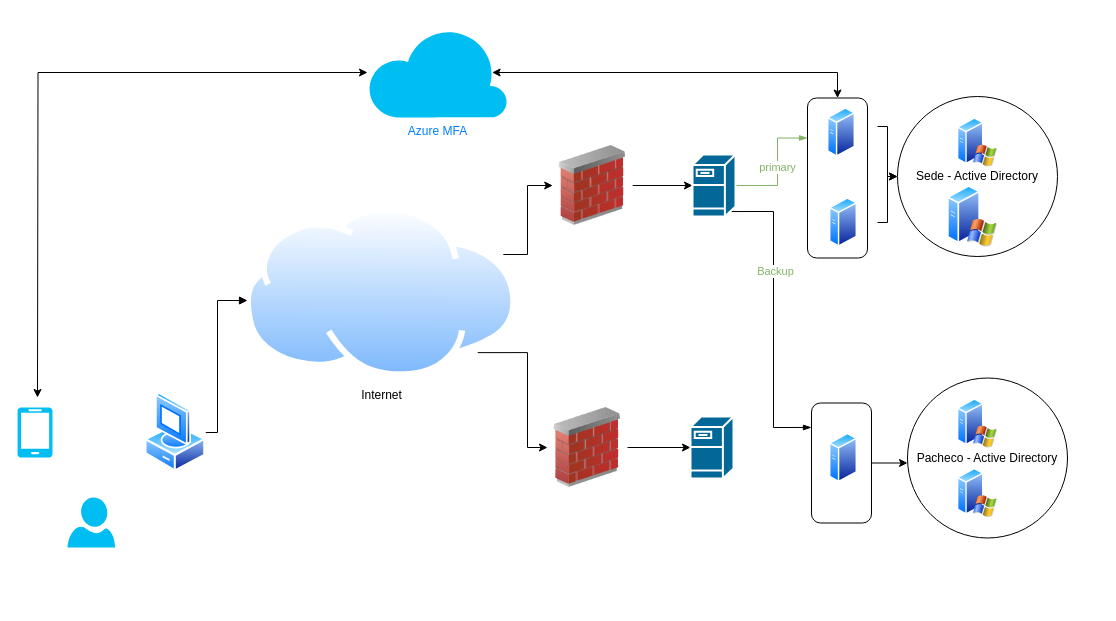
Gagomez85/AppDeNotas keeps this draw.io diagram as TGN-MFA.drawio. Above is the earlier version. Source tidied: cells renumbered, new cells numbered last; positions are measured from the earlier drawing's top-left corner, leaving out a move shared by most shapes. Both pictures are drawn from the tidied source at 100%, with x=0, y=0 at pixel (17, 27).
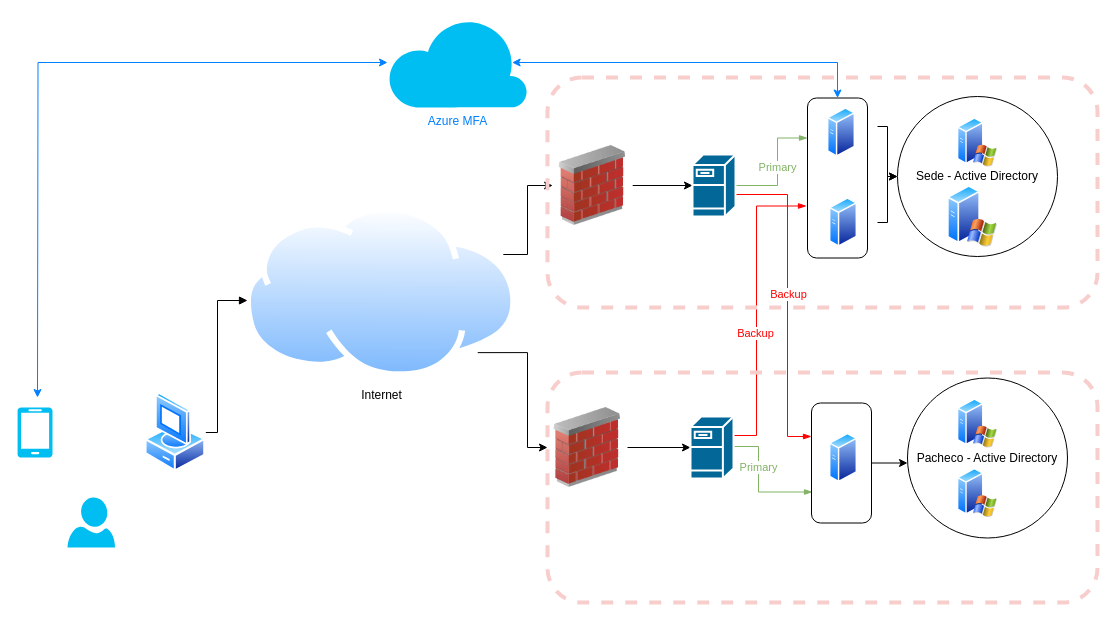
The same diagram, later.

Unchanged cells that the change refers to:
```xml
<mxCell id="29" style="shape=mxgraph.cisco.servers.fileserver;html=1;dashed=0;fillColor=#036897;strokeColor=#ffffff;strokeWidth=2;verticalLabelPosition=bottom;verticalAlign=top;align=center;outlineConnect=0;" parent="1" vertex="1">
  <mxGeometry x="675" y="127" width="43" height="62" as="geometry" />
</mxCell>
<mxCell id="31" style="rounded=1;whiteSpace=wrap;html=1;fillColor=none;rotation=90;" parent="1" vertex="1">
  <mxGeometry x="764" y="405.5" width="120" height="60" as="geometry" />
</mxCell>
<mxCell id="33" style="rounded=1;whiteSpace=wrap;html=1;fillColor=none;rotation=90;fontColor=#007FFF;" parent="1" vertex="1">
  <mxGeometry x="740" y="120.5" width="160" height="60" as="geometry" />
</mxCell>
```

What changed in the source:
```diff
@@
-    <mxCell id="26" value="primary" style="edgeStyle=orthogonalEdgeStyle;rounded=0;jettySize=auto;html=1;entryX=0.25;entryY=1;entryDx=0;entryDy=0;startArrow=none;startFill=0;endArrow=blockThin;endFill=1;fillColor=#d5e8d4;strokeColor=#82b366;fontColor=#82B366;" parent="1" edge="1" source="29" target="33">
+    <mxCell id="26" value="Primary" style="edgeStyle=orthogonalEdgeStyle;rounded=0;jettySize=auto;html=1;entryX=0.25;entryY=1;entryDx=0;entryDy=0;startArrow=none;startFill=0;endArrow=blockThin;endFill=1;fillColor=#d5e8d4;strokeColor=#82b366;fontColor=#82B366;" parent="1" edge="1" source="29" target="33">
       <mxGeometry relative="1" as="geometry">
         <Array as="points">
           <mxPoint x="760" y="158" />
           <mxPoint x="760" y="111" />
         </Array>
       </mxGeometry>
     </mxCell>
-    <mxCell id="27" style="edgeStyle=orthogonalEdgeStyle;rounded=0;jettySize=auto;html=1;exitX=0.88;exitY=0.92;exitDx=0;exitDy=0;exitPerimeter=0;fontColor=#82B366;startArrow=none;startFill=0;endArrow=blockThin;endFill=1;entryX=0.204;entryY=1;entryDx=0;entryDy=0;entryPerimeter=0;" parent="1" edge="1" source="29" target="31">
-      <mxGeometry relative="1" as="geometry" />
+    <mxCell id="27" style="edgeStyle=orthogonalEdgeStyle;rounded=0;orthogonalLoop=1;jettySize=auto;html=1;fontColor=#82B366;startArrow=none;startFill=0;endArrow=blockThin;endFill=1;entryX=0.204;entryY=1;entryDx=0;entryDy=0;entryPerimeter=0;strokeColor=#FF0000;" parent="1" edge="1">
+      <mxGeometry relative="1" as="geometry">
+        <mxPoint x="718" y="167" as="sourcePoint" />
+        <mxPoint x="794" y="409" as="targetPoint" />
+        <Array as="points">
+          <mxPoint x="770" y="167" />
+          <mxPoint x="770" y="409" />
+        </Array>
+      </mxGeometry>
     </mxCell>
-    <mxCell id="28" value="Backup" style="edgeLabel;html=1;align=center;verticalAlign=middle;fontColor=#82B366;" parent="27" vertex="1">
-      <mxGeometry x="-0.31" y="1" relative="1" as="geometry" />
+    <mxCell id="28" value="Backup" style="edgeLabel;html=1;align=center;verticalAlign=middle;fontColor=#FF0000;" parent="27" vertex="1">
+      <mxGeometry x="-0.31" y="1" relative="1" as="geometry">
+        <mxPoint x="-1" y="41" as="offset" />
+      </mxGeometry>
     </mxCell>
@@
+    <mxCell id="36" style="edgeStyle=orthogonalEdgeStyle;rounded=0;orthogonalLoop=1;jettySize=auto;html=1;entryX=0.75;entryY=1;entryDx=0;entryDy=0;fontColor=#FF0000;startArrow=none;startFill=0;endArrow=blockThin;endFill=1;strokeColor=#FF0000;" parent="1" edge="1">
+      <mxGeometry relative="1" as="geometry">
+        <mxPoint x="715" y="408" as="sourcePoint" />
+        <mxPoint x="789" y="178.5" as="targetPoint" />
+        <Array as="points">
+          <mxPoint x="739" y="408" />
+          <mxPoint x="739" y="179" />
+        </Array>
+      </mxGeometry>
+    </mxCell>
+    <mxCell id="37" value="Backup" style="edgeLabel;html=1;align=center;verticalAlign=middle;fontColor=#FF0000;" parent="36" vertex="1">
+      <mxGeometry x="-0.16" y="2" relative="1" as="geometry" />
+    </mxCell>
+    <mxCell id="38" value="Primary" style="edgeStyle=orthogonalEdgeStyle;rounded=0;orthogonalLoop=1;jettySize=auto;html=1;exitX=1;exitY=0.5;exitDx=0;exitDy=0;exitPerimeter=0;entryX=0.75;entryY=1;entryDx=0;entryDy=0;startArrow=none;startFill=0;endArrow=blockThin;endFill=1;strokeColor=#82B366;fontColor=#82B366;" parent="1" edge="1">
+      <mxGeometry x="-0.27" relative="1" as="geometry">
+        <mxPoint x="717" y="419" as="sourcePoint" />
+        <mxPoint x="795" y="464.5" as="targetPoint" />
+        <Array as="points">
+          <mxPoint x="741" y="419" />
+          <mxPoint x="741" y="465" />
+        </Array>
+      </mxGeometry>
+    </mxCell>
@@
-    <mxCell id="32" style="edgeStyle=orthogonalEdgeStyle;rounded=0;jettySize=auto;html=1;exitX=0;exitY=0.5;exitDx=0;exitDy=0;fontColor=#007FFF;entryX=0.89;entryY=0.5;entryDx=0;entryDy=0;entryPerimeter=0;startArrow=classic;startFill=1;" parent="1" edge="1" source="33" target="35">
+    <mxCell id="32" style="edgeStyle=orthogonalEdgeStyle;rounded=0;jettySize=auto;html=1;exitX=0;exitY=0.5;exitDx=0;exitDy=0;fontColor=#007FFF;entryX=0.89;entryY=0.5;entryDx=0;entryDy=0;entryPerimeter=0;startArrow=classic;startFill=1;strokeColor=#007FFF;" parent="1" edge="1" source="33" target="35">
       <mxGeometry relative="1" as="geometry" />
     </mxCell>
@@
-    <mxCell id="34" style="edgeStyle=orthogonalEdgeStyle;rounded=0;jettySize=auto;html=1;fontColor=#007FFF;startArrow=classic;startFill=1;" parent="1" edge="1" source="35">
+    <mxCell id="34" style="edgeStyle=orthogonalEdgeStyle;rounded=0;jettySize=auto;html=1;fontColor=#007FFF;startArrow=classic;startFill=1;strokeColor=#007FFF;" parent="1" edge="1" source="35">
       <mxGeometry relative="1" as="geometry">
         <mxPoint x="20" y="370" as="targetPoint" />
       </mxGeometry>
     </mxCell>
     <mxCell id="35" value="Azure MFA" style="verticalLabelPosition=bottom;html=1;verticalAlign=top;align=center;strokeColor=none;fillColor=#00BEF2;shape=mxgraph.azure.cloud;fontColor=#007FFF;" parent="1" vertex="1">
-      <mxGeometry x="350" width="140" height="90" as="geometry" />
+      <mxGeometry x="370" y="-10" width="140" height="90" as="geometry" />
     </mxCell>
+    <mxCell id="39" style="edgeStyle=orthogonalEdgeStyle;rounded=0;jettySize=auto;html=1;exitX=1;exitY=0.5;exitDx=0;exitDy=0;exitPerimeter=0;fontColor=#FF0000;startArrow=none;startFill=0;endArrow=blockThin;endFill=1;strokeColor=#FF0000;" parent="1" edge="1" source="29">
+      <mxGeometry relative="1" as="geometry">
+        <mxPoint x="718" y="158" as="targetPoint" />
+      </mxGeometry>
+    </mxCell>
+    <mxCell id="40" style="rounded=1;whiteSpace=wrap;html=1;fontColor=#82B366;fillColor=none;dashed=1;strokeColor=#F8CECC;strokeWidth=4;" parent="1" vertex="1">
+      <mxGeometry x="530" y="50" width="550" height="230" as="geometry" />
+    </mxCell>
+    <mxCell id="41" style="rounded=1;whiteSpace=wrap;html=1;fontColor=#82B366;fillColor=none;dashed=1;strokeWidth=4;strokeColor=#F8CECC;" parent="1" vertex="1">
+      <mxGeometry x="530" y="345" width="550" height="230" as="geometry" />
+    </mxCell>
```
